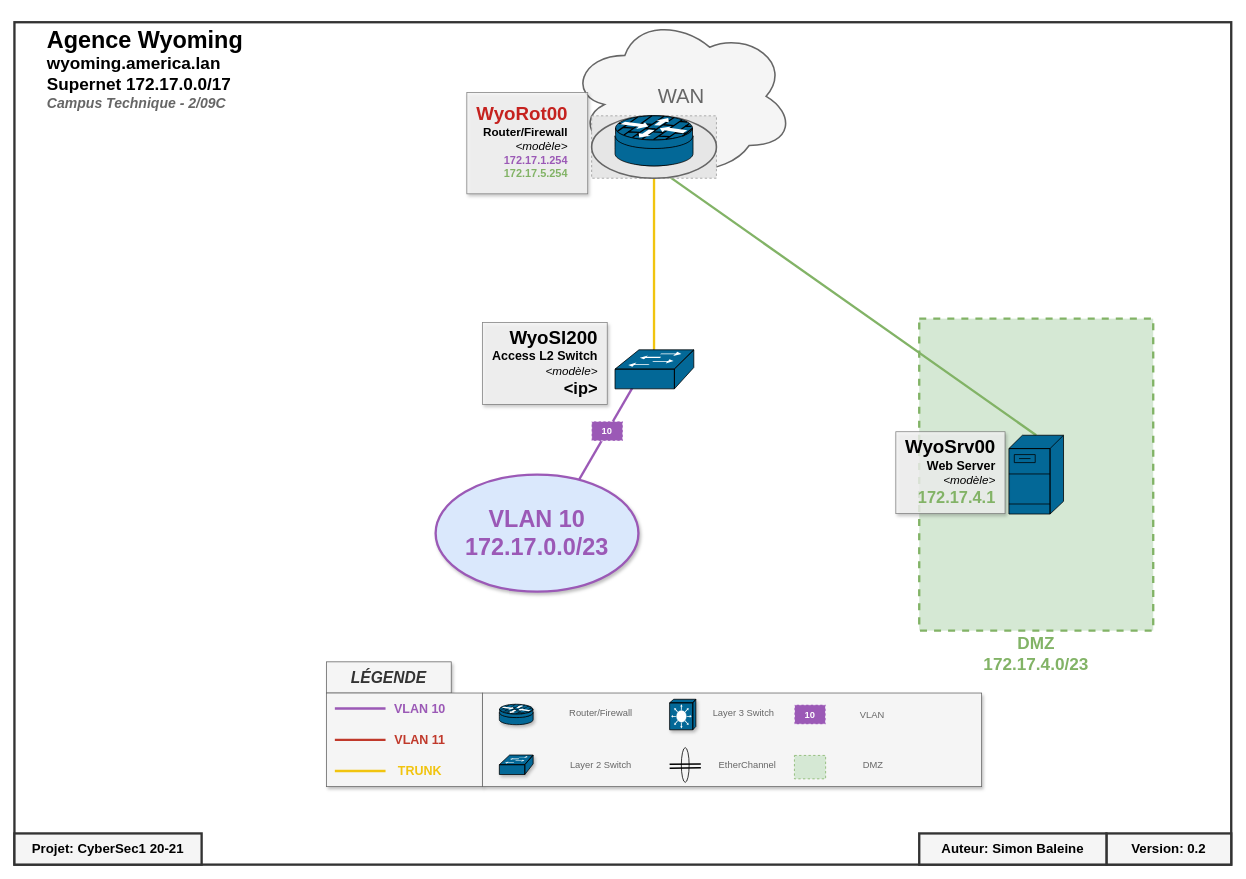
shellwhale/pensive-sammet keeps this draw.io diagram as docs/wyoming.drawio. Above is the earlier version. Source tidied: cells renumbered, new cells numbered last; positions are measured from the earlier drawing's top-left corner, leaving out a move shared by most shapes. Both pictures are drawn from the tidied source at 78%, with x=0, y=0 at pixel (14, 14). Pictures stored in the file or linked from it are replaced by grey dashed boxes.
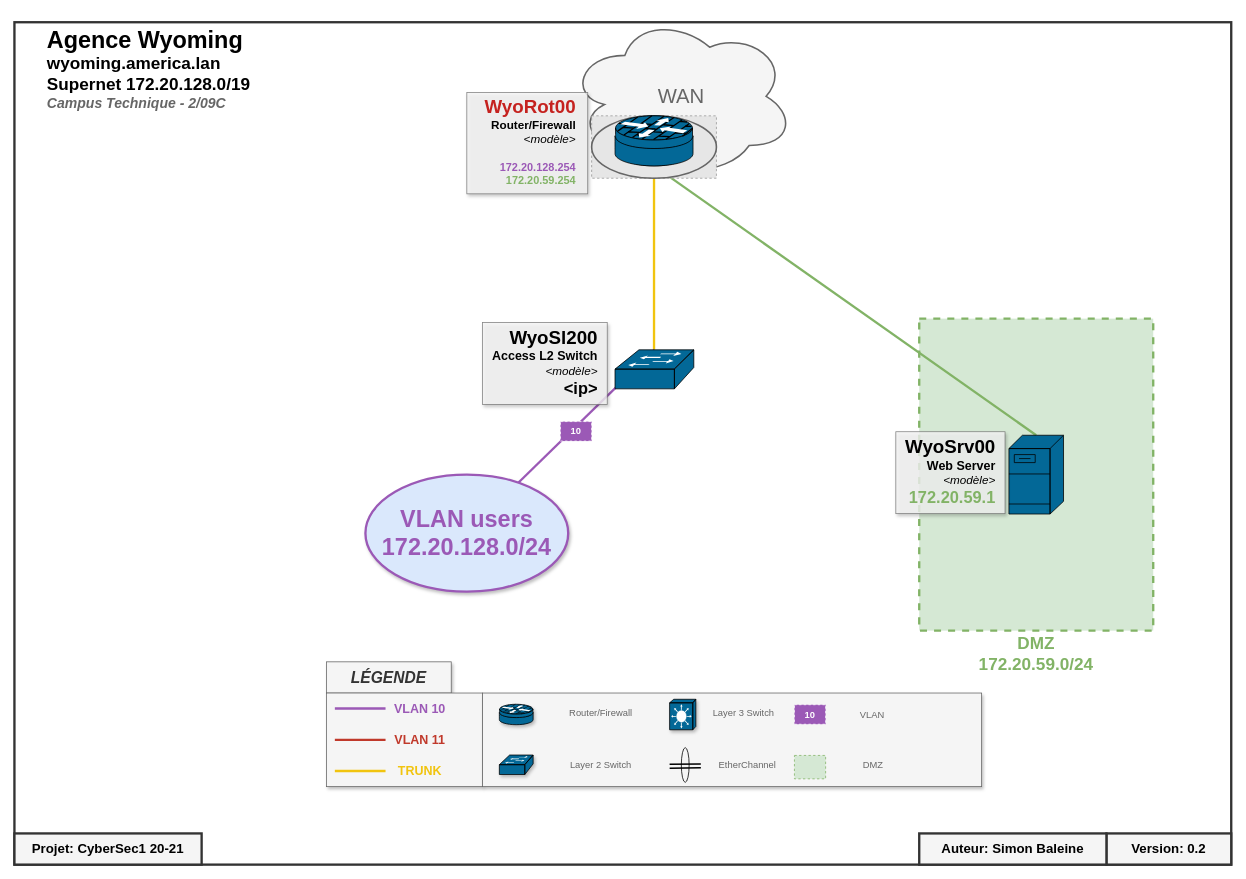
Above is the later version.

Commit message:
Changed Wyoming subnet

Change to the diagram source:
```diff
@@
-    <mxCell id="5" value="&lt;p style=&quot;line-height: 90%&quot;&gt;&lt;/p&gt;&lt;div&gt;&lt;b&gt;&lt;font style=&quot;font-size: 30px&quot;&gt;Agence Wyoming&lt;/font&gt;&lt;/b&gt;&lt;/div&gt;&lt;div&gt;&lt;b&gt;&lt;font style=&quot;font-size: 22px&quot;&gt;wyoming.america.lan&lt;/font&gt;&lt;/b&gt;&lt;br&gt;&lt;/div&gt;&lt;div&gt;&lt;b style=&quot;text-align: center&quot;&gt;&lt;font style=&quot;font-size: 22px&quot;&gt;Supernet 172.17.0.0/17&lt;/font&gt;&lt;/b&gt;&lt;b&gt;&lt;font style=&quot;font-size: 22px&quot;&gt;&lt;br&gt;&lt;/font&gt;&lt;/b&gt;&lt;/div&gt;&lt;b&gt;&lt;div&gt;&lt;b&gt;&lt;font color=&quot;#666666&quot; size=&quot;1&quot;&gt;&lt;i style=&quot;font-size: 18px&quot;&gt;Campus Technique - 2/09C&lt;/i&gt;&lt;/font&gt;&lt;/b&gt;&lt;/div&gt;&lt;/b&gt;&lt;p&gt;&lt;/p&gt;" style="text;html=1;strokeColor=none;fillColor=none;align=left;verticalAlign=middle;whiteSpace=wrap;rounded=0;shadow=1;" parent="1" vertex="1">
+    <mxCell id="5" value="&lt;p style=&quot;line-height: 90%&quot;&gt;&lt;/p&gt;&lt;div&gt;&lt;b&gt;&lt;font style=&quot;font-size: 30px&quot;&gt;Agence Wyoming&lt;/font&gt;&lt;/b&gt;&lt;/div&gt;&lt;div&gt;&lt;b&gt;&lt;font style=&quot;font-size: 22px&quot;&gt;wyoming.america.lan&lt;/font&gt;&lt;/b&gt;&lt;br&gt;&lt;/div&gt;&lt;div&gt;&lt;b style=&quot;text-align: center&quot;&gt;&lt;font style=&quot;font-size: 22px&quot;&gt;Supernet 172.20.128.0/19&lt;/font&gt;&lt;/b&gt;&lt;b&gt;&lt;font style=&quot;font-size: 22px&quot;&gt;&lt;br&gt;&lt;/font&gt;&lt;/b&gt;&lt;/div&gt;&lt;b&gt;&lt;div&gt;&lt;b&gt;&lt;font color=&quot;#666666&quot; size=&quot;1&quot;&gt;&lt;i style=&quot;font-size: 18px&quot;&gt;Campus Technique - 2/09C&lt;/i&gt;&lt;/font&gt;&lt;/b&gt;&lt;/div&gt;&lt;/b&gt;&lt;p&gt;&lt;/p&gt;" style="text;html=1;strokeColor=none;fillColor=none;align=left;verticalAlign=middle;whiteSpace=wrap;rounded=0;shadow=1;" parent="1" vertex="1">
       <mxGeometry x="40" y="30" width="350" height="80" as="geometry" />
     </mxCell>
@@
-    <mxCell id="37" style="endArrow=none;html=1;entryX=0.5;entryY=0;entryDx=0;entryDy=0;entryPerimeter=0;exitX=0.5;exitY=1;exitDx=0;exitDy=0;exitPerimeter=0;strokeWidth=3;strokeColor=#9B59B6;" parent="10" edge="1">
+    <mxCell id="37" style="endArrow=none;html=1;entryX=0.5;entryY=0;entryDx=0;entryDy=0;entryPerimeter=0;strokeWidth=3;strokeColor=#9B59B6;" parent="10" edge="1" source="56">
       <mxGeometry relative="1" as="geometry">
-        <mxPoint x="690.5" y="654" as="sourcePoint" />
         <mxPoint x="820.5" y="430" as="targetPoint" />
       </mxGeometry>
     </mxCell>
-    <mxCell id="38" value="&lt;font color=&quot;#82b366&quot; size=&quot;1&quot;&gt;&lt;b style=&quot;font-size: 22px&quot;&gt;DMZ&lt;br&gt;172.17.4.0/23&lt;br&gt;&lt;/b&gt;&lt;/font&gt;" style="text;html=1;strokeColor=none;fillColor=none;align=center;verticalAlign=middle;whiteSpace=wrap;rounded=0;" parent="10" vertex="1">
+    <mxCell id="38" value="&lt;font color=&quot;#82b366&quot; size=&quot;1&quot;&gt;&lt;b style=&quot;font-size: 22px&quot;&gt;DMZ&lt;br&gt;172.20.59.0/24&lt;br&gt;&lt;/b&gt;&lt;/font&gt;" style="text;html=1;strokeColor=none;fillColor=none;align=center;verticalAlign=middle;whiteSpace=wrap;rounded=0;" parent="10" vertex="1">
       <mxGeometry x="1160" y="810" width="300" height="20" as="geometry" />
     </mxCell>
@@
-    <mxCell id="52" value="&lt;div style=&quot;text-align: right&quot;&gt;&lt;b&gt;&lt;font color=&quot;#c5221f&quot; style=&quot;font-size: 24px&quot;&gt;&amp;nbsp;WyoRot00&lt;/font&gt;&lt;/b&gt;&lt;/div&gt;&lt;font&gt;&lt;div style=&quot;font-size: 15px ; text-align: right&quot;&gt;&lt;b&gt;Router/Firewall&lt;/b&gt;&lt;/div&gt;&lt;font&gt;&lt;div style=&quot;font-size: 15px ; text-align: right&quot;&gt;&lt;i&gt;&lt;font style=&quot;font-size: 15px&quot;&gt;&amp;lt;modèle&amp;gt;&lt;/font&gt;&lt;/i&gt;&lt;/div&gt;&lt;div style=&quot;text-align: right&quot;&gt;&lt;font&gt;&lt;font&gt;&lt;span style=&quot;font-size: 15px&quot;&gt;&lt;i&gt;&amp;nbsp; &amp;nbsp; &amp;nbsp; &amp;nbsp; &amp;nbsp; &amp;nbsp;&lt;/i&gt;&lt;/span&gt;&lt;b style=&quot;color: rgb(155 , 89 , 182) ; font-size: 14px&quot;&gt;172.17.1.254&lt;/b&gt;&lt;/font&gt;&lt;/font&gt;&lt;/div&gt;&lt;div style=&quot;text-align: right&quot;&gt;&lt;b style=&quot;font-size: 14px&quot;&gt;&lt;font color=&quot;#82b366&quot;&gt;172.17.5.254&lt;/font&gt;&lt;/b&gt;&lt;br&gt;&lt;/div&gt;&lt;div style=&quot;text-align: right&quot;&gt;&lt;br&gt;&lt;/div&gt;&lt;/font&gt;&lt;/font&gt;" style="text;html=1;strokeColor=none;fillColor=none;align=left;verticalAlign=middle;rounded=0;glass=0;shadow=1;labelBorderColor=none;labelBackgroundColor=none;whiteSpace=wrap;spacingTop=0;" parent="48" vertex="1">
+    <mxCell id="52" value="&lt;div style=&quot;text-align: right&quot;&gt;&lt;b&gt;&lt;font color=&quot;#c5221f&quot; style=&quot;font-size: 24px&quot;&gt;&amp;nbsp;WyoRot00&lt;/font&gt;&lt;/b&gt;&lt;/div&gt;&lt;font&gt;&lt;div style=&quot;font-size: 15px ; text-align: right&quot;&gt;&lt;b&gt;Router/Firewall&lt;/b&gt;&lt;/div&gt;&lt;font&gt;&lt;div style=&quot;font-size: 15px ; text-align: right&quot;&gt;&lt;i&gt;&lt;font style=&quot;font-size: 15px&quot;&gt;&amp;lt;modèle&amp;gt;&lt;/font&gt;&lt;/i&gt;&lt;/div&gt;&lt;div style=&quot;text-align: right&quot;&gt;&lt;font&gt;&lt;font&gt;&lt;span style=&quot;font-size: 15px&quot;&gt;&lt;i&gt;&amp;nbsp; &amp;nbsp; &amp;nbsp; &amp;nbsp; &amp;nbsp; &amp;nbsp;&lt;/i&gt;&lt;/span&gt;&lt;b style=&quot;color: rgb(155 , 89 , 182) ; font-size: 14px&quot;&gt;172.20.128.254&lt;/b&gt;&lt;/font&gt;&lt;/font&gt;&lt;/div&gt;&lt;div style=&quot;text-align: right&quot;&gt;&lt;b style=&quot;font-size: 14px&quot;&gt;&lt;font color=&quot;#82b366&quot;&gt;172.20.59.254&lt;/font&gt;&lt;/b&gt;&lt;br&gt;&lt;/div&gt;&lt;div style=&quot;text-align: right&quot;&gt;&lt;br&gt;&lt;/div&gt;&lt;/font&gt;&lt;/font&gt;" style="text;html=1;strokeColor=none;fillColor=none;align=left;verticalAlign=middle;rounded=0;glass=0;shadow=1;labelBorderColor=none;labelBackgroundColor=none;whiteSpace=wrap;spacingTop=0;" parent="48" vertex="1">
       <mxGeometry x="580" y="130" width="140" height="80" as="geometry" />
     </mxCell>
@@
-    <mxCell id="54" value="&lt;div&gt;&lt;b&gt;&lt;font style=&quot;font-size: 24px&quot;&gt;WyoSrv00&lt;/font&gt;&lt;/b&gt;&lt;/div&gt;&lt;font&gt;&lt;div&gt;&lt;span style=&quot;font-size: 16px&quot;&gt;&lt;b&gt;Web Server&lt;/b&gt;&lt;/span&gt;&lt;/div&gt;&lt;font&gt;&lt;div&gt;&lt;i&gt;&lt;font style=&quot;font-size: 15px&quot;&gt;&amp;lt;modèle&amp;gt;&lt;/font&gt;&lt;/i&gt;&lt;/div&gt;&lt;div&gt;&lt;b style=&quot;font-size: 21px&quot;&gt;&lt;font color=&quot;#82b366&quot;&gt;172.17.4.1&lt;/font&gt;&lt;/b&gt;&lt;i&gt;&lt;font style=&quot;font-size: 15px&quot;&gt;&lt;br&gt;&lt;/font&gt;&lt;/i&gt;&lt;/div&gt;&lt;font&gt;&lt;br&gt;&lt;/font&gt;&lt;/font&gt;&lt;div&gt;&lt;br&gt;&lt;/div&gt;&lt;/font&gt;" style="text;html=1;strokeColor=none;fillColor=none;align=right;verticalAlign=middle;rounded=0;glass=0;shadow=1;labelBorderColor=none;labelBackgroundColor=none;whiteSpace=wrap;spacingTop=0;fontFamily=Helvetica;FType=g;" parent="48" vertex="1">
+    <mxCell id="54" value="&lt;div&gt;&lt;b&gt;&lt;font style=&quot;font-size: 24px&quot;&gt;WyoSrv00&lt;/font&gt;&lt;/b&gt;&lt;/div&gt;&lt;font&gt;&lt;div&gt;&lt;span style=&quot;font-size: 16px&quot;&gt;&lt;b&gt;Web Server&lt;/b&gt;&lt;/span&gt;&lt;/div&gt;&lt;font&gt;&lt;div&gt;&lt;i&gt;&lt;font style=&quot;font-size: 15px&quot;&gt;&amp;lt;modèle&amp;gt;&lt;/font&gt;&lt;/i&gt;&lt;/div&gt;&lt;div&gt;&lt;b style=&quot;font-size: 21px&quot;&gt;&lt;font color=&quot;#82b366&quot;&gt;172.20.59.1&lt;/font&gt;&lt;/b&gt;&lt;i&gt;&lt;font style=&quot;font-size: 15px&quot;&gt;&lt;br&gt;&lt;/font&gt;&lt;/i&gt;&lt;/div&gt;&lt;font&gt;&lt;br&gt;&lt;/font&gt;&lt;/font&gt;&lt;div&gt;&lt;br&gt;&lt;/div&gt;&lt;/font&gt;" style="text;html=1;strokeColor=none;fillColor=none;align=right;verticalAlign=middle;rounded=0;glass=0;shadow=1;labelBorderColor=none;labelBackgroundColor=none;whiteSpace=wrap;spacingTop=0;fontFamily=Helvetica;FType=g;" parent="48" vertex="1">
       <mxGeometry x="1140" y="560" width="120" height="80" as="geometry" />
     </mxCell>
@@
-    <mxCell id="56" value="&lt;font color=&quot;#9b59b6&quot;&gt;&lt;b&gt;VLAN 10&lt;br&gt;172.17.0.0/23&lt;/b&gt;&lt;/font&gt;" style="ellipse;whiteSpace=wrap;html=1;strokeWidth=3;fillColor=#dae8fc;strokeColor=#9B59B6;shadow=1;fontSize=30;" parent="55" vertex="1">
-      <mxGeometry x="540" y="590" width="260" height="150" as="geometry" />
+    <mxCell id="56" value="&lt;font color=&quot;#9b59b6&quot;&gt;&lt;b&gt;VLAN users&lt;br&gt;172.20.128.0/24&lt;/b&gt;&lt;/font&gt;" style="ellipse;whiteSpace=wrap;html=1;strokeWidth=3;fillColor=#dae8fc;strokeColor=#9B59B6;shadow=1;fontSize=30;" parent="55" vertex="1">
+      <mxGeometry x="450" y="590" width="260" height="150" as="geometry" />
     </mxCell>
@@
     <mxCell id="58" value="&lt;b&gt;&lt;font color=&quot;#ffffff&quot;&gt;10&lt;/font&gt;&lt;/b&gt;" style="rounded=0;whiteSpace=wrap;html=1;shadow=0;strokeColor=#FFFFFF;strokeWidth=1;fontFamily=Helvetica;fillColor=#9B59B6;dashed=1;" parent="57" vertex="1">
-      <mxGeometry x="740" y="521.7" width="40" height="25" as="geometry" />
+      <mxGeometry x="700" y="522" width="40" height="25" as="geometry" />
     </mxCell>
```
